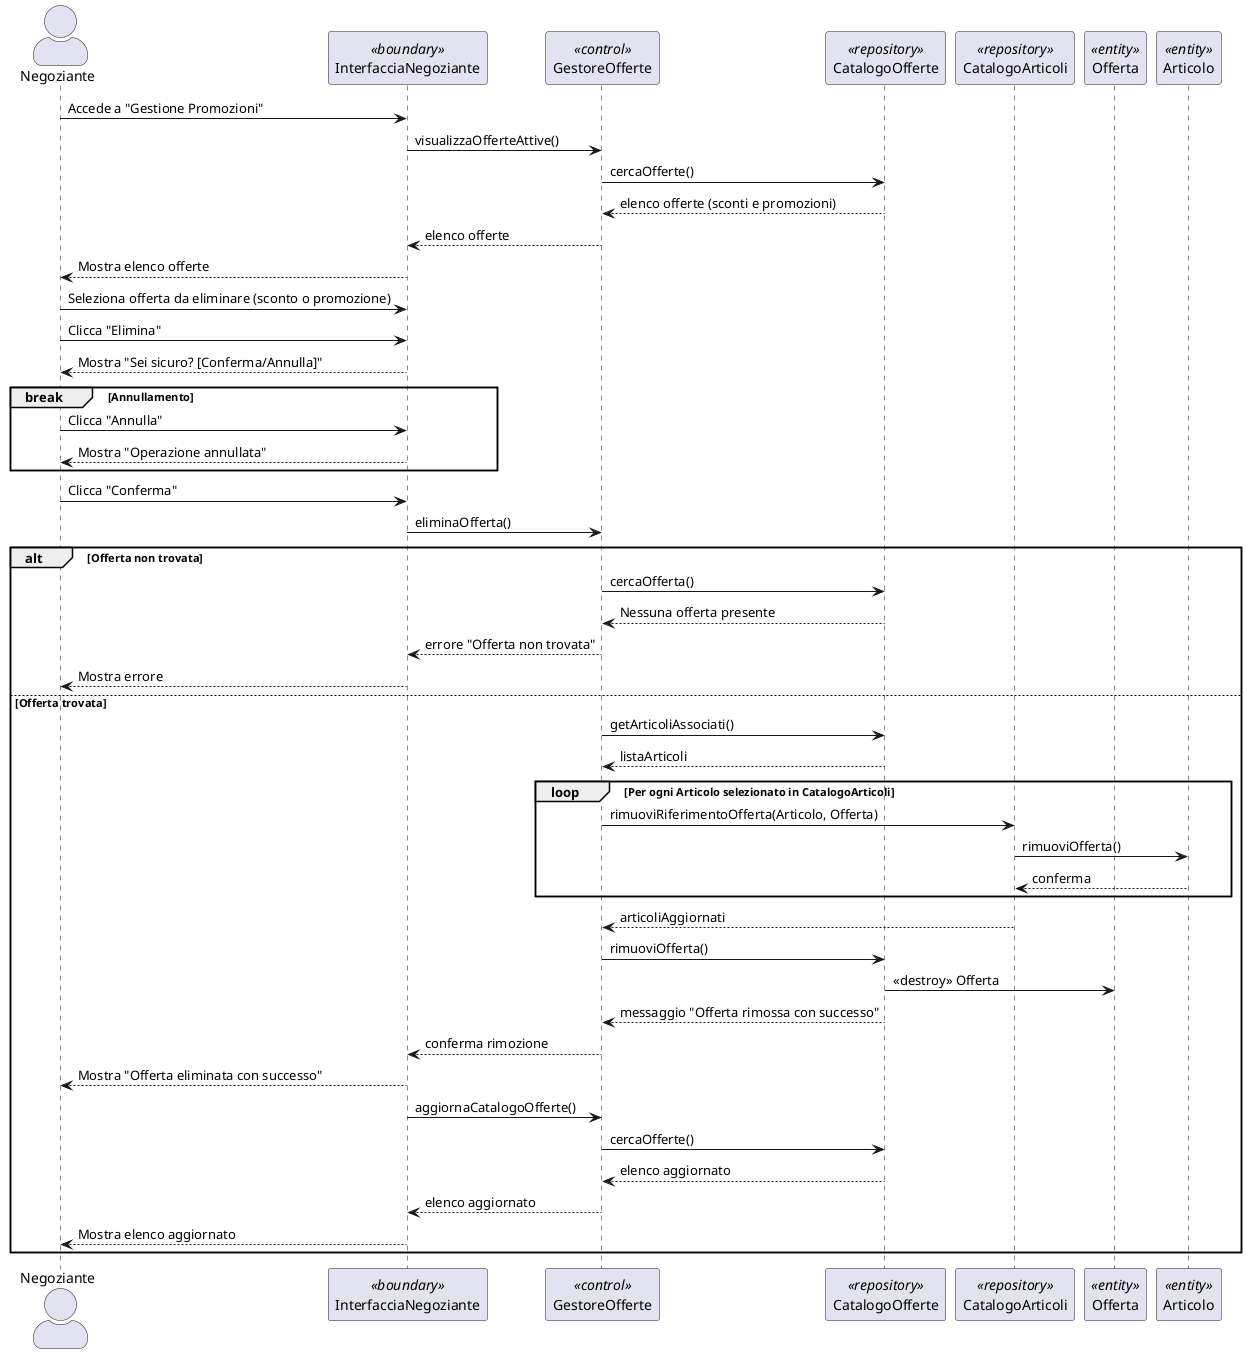
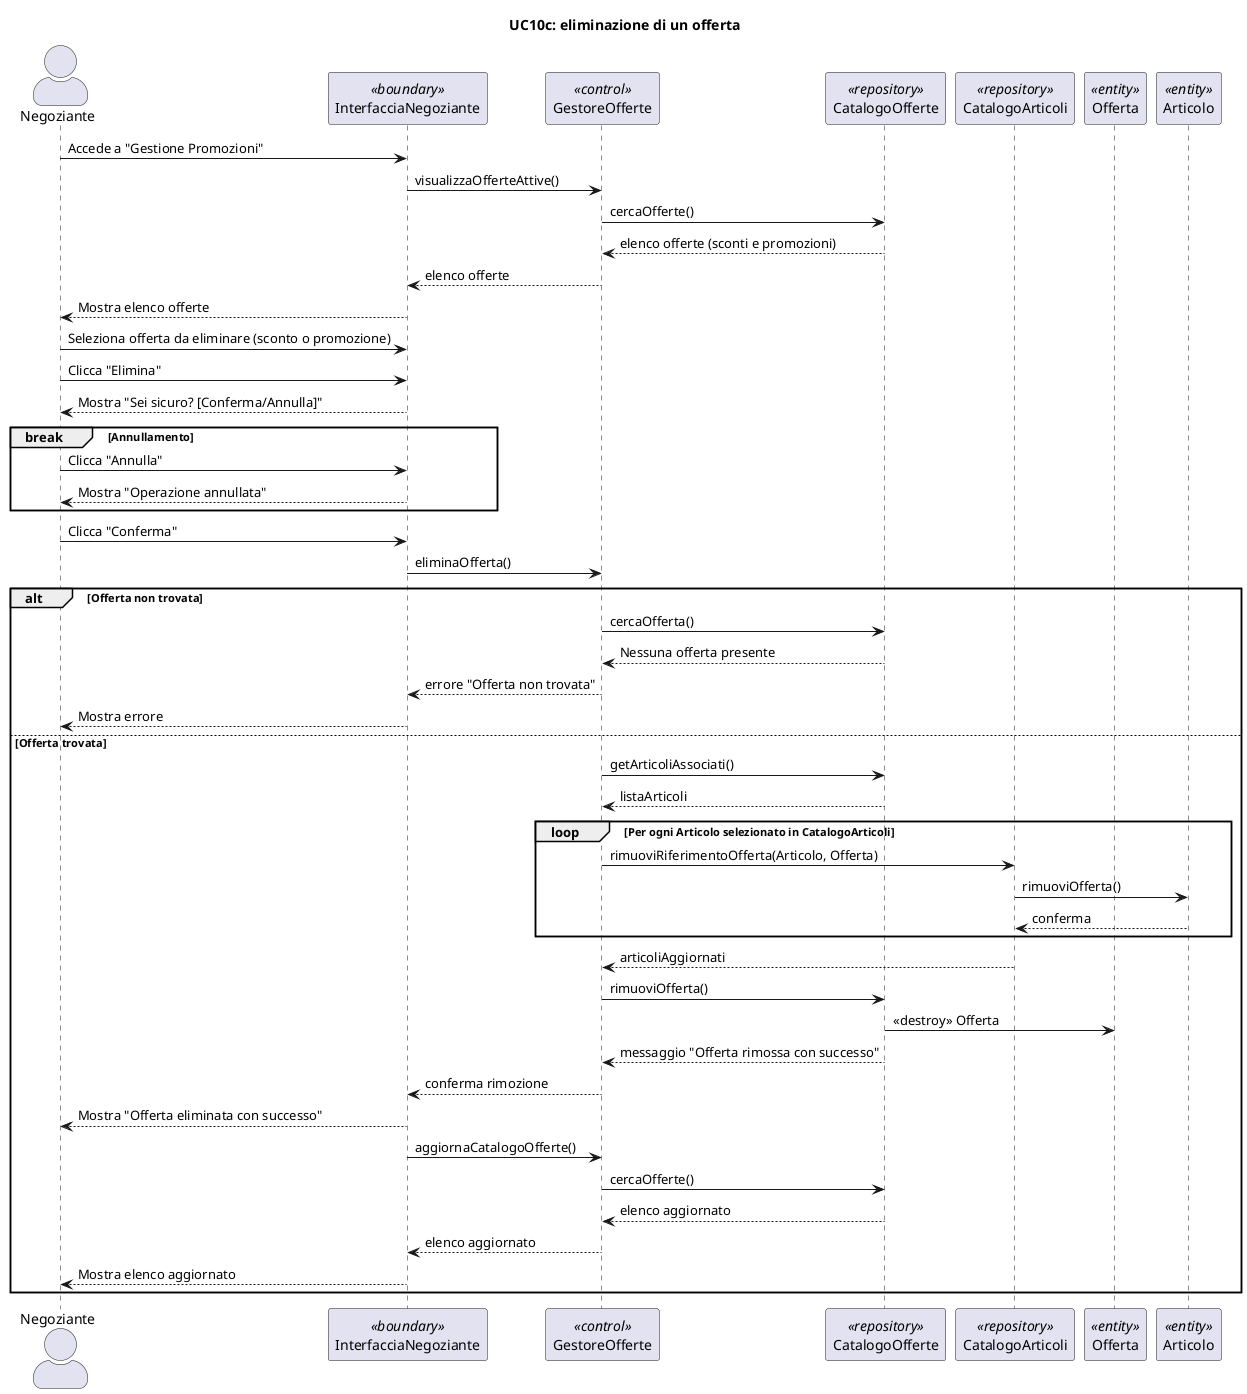
@startuml
+ title UC10c: eliminazione di un offerta
skinparam actorStyle awesome

actor Negoziante as N
participant "InterfacciaNegoziante" as IN <<boundary>>
participant "GestoreOfferte" as G <<control>>
participant "CatalogoOfferte" as CO <<repository>>
participant "CatalogoArticoli" as CA <<repository>>
participant "Offerta" as O <<entity>>
participant "Articolo" as Articolo <<entity>>

N -> IN: Accede a "Gestione Promozioni"
IN -> G: visualizzaOfferteAttive()
G -> CO: cercaOfferte()
CO --> G: elenco offerte (sconti e promozioni)
G --> IN: elenco offerte
IN --> N: Mostra elenco offerte

N -> IN: Seleziona offerta da eliminare (sconto o promozione)
N -> IN: Clicca "Elimina"

IN --> N: Mostra "Sei sicuro? [Conferma/Annulla]"

break Annullamento
    N -> IN: Clicca "Annulla"
    IN --> N: Mostra "Operazione annullata"
end

N -> IN: Clicca "Conferma"
IN -> G: eliminaOfferta()

alt Offerta non trovata
    G -> CO: cercaOfferta()
    CO --> G: Nessuna offerta presente
    G --> IN: errore "Offerta non trovata"
    IN --> N: Mostra errore

else Offerta trovata
    G -> CO: getArticoliAssociati()
    CO --> G: listaArticoli

        loop Per ogni Articolo selezionato in CatalogoArticoli
            G -> CA: rimuoviRiferimentoOfferta(Articolo, Offerta)
            CA -> Articolo: rimuoviOfferta()
            Articolo --> CA: conferma
        end
        CA --> G: articoliAggiornati

    G -> CO: rimuoviOfferta()
    CO -> O: <<destroy>> Offerta
    CO --> G: messaggio "Offerta rimossa con successo"

    G --> IN: conferma rimozione
    IN --> N: Mostra "Offerta eliminata con successo"

    IN -> G: aggiornaCatalogoOfferte()
    G -> CO: cercaOfferte()
    CO --> G: elenco aggiornato
    G --> IN: elenco aggiornato
    IN --> N: Mostra elenco aggiornato
end
@enduml